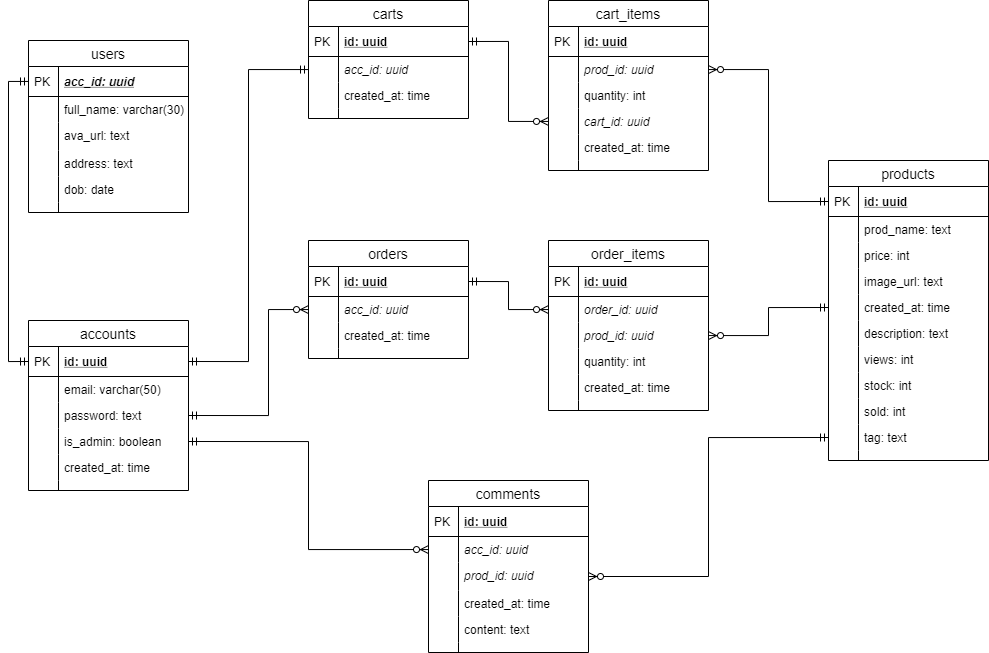
The draw.io diagram fandom-store.png in thaian229/fandom-store, before a commit. Source tidied: cells renumbered, new cells last; positions are measured from the earlier drawing's top-left corner, leaving out a move shared by most shapes.
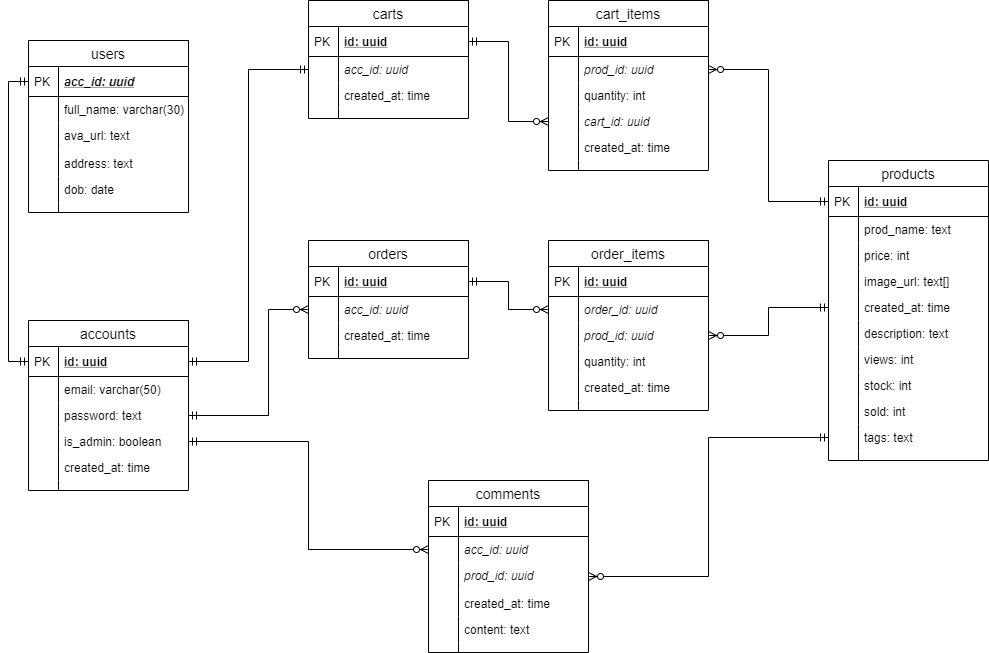
After the commit.

What changed in the source:
```diff
@@ -226,7 +226,7 @@
     <mxCell id="74" style="shape=partialRectangle;top=0;left=0;bottom=0;fillColor=none;align=left;verticalAlign=top;spacingLeft=4;spacingRight=4;overflow=hidden;fontSize=12;" parent="73" vertex="1">
       <mxGeometry width="30" height="26" as="geometry" />
     </mxCell>
-    <mxCell id="75" value="image_url: text" style="shape=partialRectangle;top=0;left=0;right=0;bottom=0;align=left;verticalAlign=top;fillColor=none;spacingLeft=34;spacingRight=4;overflow=hidden;fontSize=12;" parent="68" vertex="1">
+    <mxCell id="75" value="image_url: text[]" style="shape=partialRectangle;top=0;left=0;right=0;bottom=0;align=left;verticalAlign=top;fillColor=none;spacingLeft=34;spacingRight=4;overflow=hidden;fontSize=12;" parent="68" vertex="1">
       <mxGeometry y="108" width="160" height="26" as="geometry" />
     </mxCell>
     <mxCell id="76" style="shape=partialRectangle;top=0;left=0;bottom=0;fillColor=none;align=left;verticalAlign=top;spacingLeft=4;spacingRight=4;overflow=hidden;fontSize=12;" parent="75" vertex="1">
@@ -262,7 +262,7 @@
     <mxCell id="86" style="shape=partialRectangle;top=0;left=0;bottom=0;fillColor=none;align=left;verticalAlign=top;spacingLeft=4;spacingRight=4;overflow=hidden;fontSize=12;" parent="85" vertex="1">
       <mxGeometry width="30" height="26" as="geometry" />
     </mxCell>
-    <mxCell id="87" value="tag: text" style="shape=partialRectangle;top=0;left=0;right=0;bottom=0;align=left;verticalAlign=top;fillColor=none;spacingLeft=34;spacingRight=4;overflow=hidden;points=[[0,0.5],[1,0.5]];portConstraint=eastwest;fontSize=12;" parent="68" vertex="1">
+    <mxCell id="87" value="tags: text" style="shape=partialRectangle;top=0;left=0;right=0;bottom=0;align=left;verticalAlign=top;fillColor=none;spacingLeft=34;spacingRight=4;overflow=hidden;points=[[0,0.5],[1,0.5]];portConstraint=eastwest;fontSize=12;" parent="68" vertex="1">
       <mxGeometry y="264" width="160" height="26" as="geometry" />
     </mxCell>
     <mxCell id="88" style="shape=partialRectangle;top=0;left=0;bottom=0;fillColor=none;align=left;verticalAlign=top;spacingLeft=4;spacingRight=4;overflow=hidden;fontSize=12;" parent="87" vertex="1">
```
